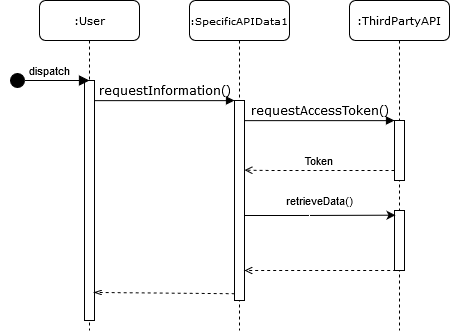
This is diagrams/seq2.png from boziroland/StatTracker, a draw.io export, as it was before one commit. Source tidied: cells renumbered, new cells last; positions are measured from the earlier drawing's top-left corner, leaving out a move shared by most shapes. Its diagram source:
```xml
<mxGraphModel>
  <root>
    <mxCell id="0" />
    <mxCell id="1" parent="0" />
    <mxCell id="2" value="&lt;font style=&quot;font-size: 10px&quot;&gt;:SpecificAPIData1&lt;/font&gt;" style="shape=umlLifeline;perimeter=lifelinePerimeter;whiteSpace=wrap;html=1;rounded=1;shadow=0;comic=0;labelBackgroundColor=none;strokeWidth=1;fontFamily=Verdana;fontSize=12;align=center;" parent="1" vertex="1">
      <mxGeometry x="180" width="100" height="330" as="geometry" />
    </mxCell>
    <mxCell id="3" style="html=1;points=[];perimeter=orthogonalPerimeter;rounded=0;shadow=0;comic=0;labelBackgroundColor=none;strokeWidth=1;fontFamily=Verdana;fontSize=12;align=center;" parent="2" vertex="1">
      <mxGeometry x="45" y="100" width="10" height="200" as="geometry" />
    </mxCell>
    <mxCell id="4" value="&lt;font style=&quot;font-size: 11px&quot;&gt;:ThirdPartyAPI&lt;/font&gt;" style="shape=umlLifeline;perimeter=lifelinePerimeter;whiteSpace=wrap;html=1;rounded=1;shadow=0;comic=0;labelBackgroundColor=none;strokeWidth=1;fontFamily=Verdana;fontSize=12;align=center;" parent="1" vertex="1">
      <mxGeometry x="340" width="100" height="330" as="geometry" />
    </mxCell>
    <mxCell id="5" style="html=1;points=[];perimeter=orthogonalPerimeter;rounded=0;shadow=0;comic=0;labelBackgroundColor=none;strokeWidth=1;fontFamily=Verdana;fontSize=12;align=center;" parent="4" vertex="1">
      <mxGeometry x="45" y="120" width="10" height="60" as="geometry" />
    </mxCell>
    <mxCell id="6" style="html=1;points=[];perimeter=orthogonalPerimeter;rounded=0;shadow=0;comic=0;labelBackgroundColor=none;strokeWidth=1;fontFamily=Verdana;fontSize=12;align=center;" parent="4" vertex="1">
      <mxGeometry x="45" y="210" width="10" height="60" as="geometry" />
    </mxCell>
    <mxCell id="7" value="&lt;font style=&quot;font-size: 11px&quot;&gt;:User&lt;/font&gt;" style="shape=umlLifeline;perimeter=lifelinePerimeter;whiteSpace=wrap;html=1;rounded=1;shadow=0;comic=0;labelBackgroundColor=none;strokeWidth=1;fontFamily=Verdana;fontSize=12;align=center;" parent="1" vertex="1">
      <mxGeometry x="30" width="100" height="330" as="geometry" />
    </mxCell>
    <mxCell id="8" style="html=1;points=[];perimeter=orthogonalPerimeter;rounded=0;shadow=0;comic=0;labelBackgroundColor=none;strokeWidth=1;fontFamily=Verdana;fontSize=12;align=center;" parent="7" vertex="1">
      <mxGeometry x="45" y="80" width="10" height="240" as="geometry" />
    </mxCell>
    <mxCell id="9" value="requestInformation()" style="html=1;verticalAlign=bottom;endArrow=block;entryX=0;entryY=0;labelBackgroundColor=none;fontFamily=Verdana;fontSize=12;edgeStyle=elbowEdgeStyle;elbow=vertical;" parent="1" edge="1" source="8" target="3">
      <mxGeometry relative="1" as="geometry" />
    </mxCell>
    <mxCell id="10" value="requestAccessToken()" style="html=1;verticalAlign=bottom;endArrow=block;entryX=0;entryY=0;labelBackgroundColor=none;fontFamily=Verdana;fontSize=12;edgeStyle=elbowEdgeStyle;elbow=vertical;" parent="1" edge="1" source="3" target="5">
      <mxGeometry relative="1" as="geometry" />
    </mxCell>
    <mxCell id="11" style="endArrow=open;html=1;dashed=1;entryX=1.003;entryY=0.348;entryDx=0;entryDy=0;entryPerimeter=0;endFill=0;" parent="1" edge="1" source="5" target="3">
      <mxGeometry relative="1" as="geometry">
        <Array as="points">
          <mxPoint x="260" y="170" />
        </Array>
      </mxGeometry>
    </mxCell>
    <mxCell id="12" value="Token" style="edgeLabel;html=1;align=center;verticalAlign=middle;" parent="11" vertex="1">
      <mxGeometry x="0.29" relative="1" as="geometry">
        <mxPoint x="20.4" y="-9.8" as="offset" />
      </mxGeometry>
    </mxCell>
    <mxCell id="13" value="dispatch" style="html=1;verticalAlign=bottom;startArrow=circle;startFill=1;endArrow=block;startSize=6;endSize=8;endFill=1;" parent="1" edge="1">
      <mxGeometry relative="1" as="geometry">
        <mxPoint y="80" as="sourcePoint" />
        <mxPoint x="80" y="80" as="targetPoint" />
      </mxGeometry>
    </mxCell>
    <mxCell id="14" style="endArrow=classic;html=1;entryX=0.1;entryY=0.078;entryDx=0;entryDy=0;entryPerimeter=0;" parent="1" edge="1" source="3" target="6">
      <mxGeometry relative="1" as="geometry">
        <Array as="points">
          <mxPoint x="290" y="215" />
        </Array>
      </mxGeometry>
    </mxCell>
    <mxCell id="15" value="retrieveData()" style="edgeLabel;html=1;align=center;verticalAlign=middle;" parent="14" vertex="1">
      <mxGeometry x="-0.12" y="1" relative="1" as="geometry">
        <mxPoint x="8.7" y="-14.1" as="offset" />
      </mxGeometry>
    </mxCell>
    <mxCell id="16" style="endArrow=open;html=1;exitX=0.167;exitY=1;exitDx=0;exitDy=0;exitPerimeter=0;dashed=1;endFill=0;" parent="1" edge="1" source="6" target="3">
      <mxGeometry relative="1" as="geometry" />
    </mxCell>
    <mxCell id="17" style="endArrow=openThin;html=1;exitX=0.017;exitY=0.966;exitDx=0;exitDy=0;exitPerimeter=0;entryX=0.929;entryY=0.883;entryDx=0;entryDy=0;entryPerimeter=0;dashed=1;endFill=0;" parent="1" edge="1" source="3" target="8">
      <mxGeometry relative="1" as="geometry" />
    </mxCell>
  </root>
</mxGraphModel>
```
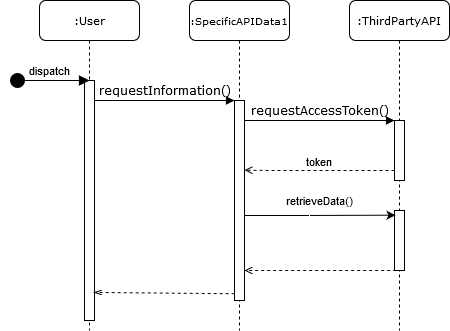
Later version of the same file.

Diff of the diagram source:
```diff
@@ -36,7 +36,7 @@
         </Array>
       </mxGeometry>
     </mxCell>
-    <mxCell id="12" value="Token" style="edgeLabel;html=1;align=center;verticalAlign=middle;" parent="11" vertex="1">
+    <mxCell id="12" value="token" style="edgeLabel;html=1;align=center;verticalAlign=middle;" parent="11" vertex="1">
       <mxGeometry x="0.29" relative="1" as="geometry">
         <mxPoint x="20.4" y="-9.8" as="offset" />
       </mxGeometry>
```
